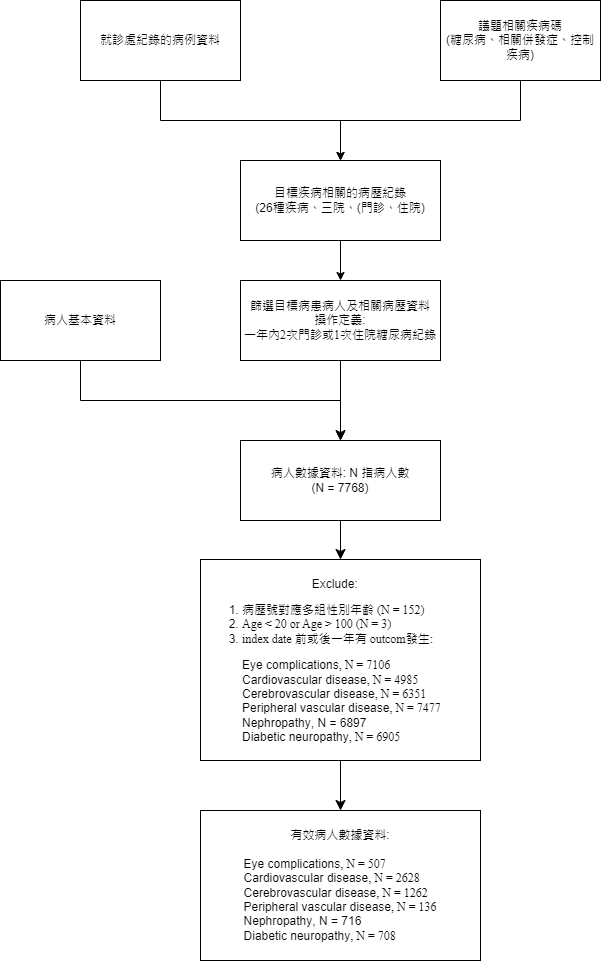
Above: 分析/get_data.drawio.png in VinceOY/Disease_analysis (draw.io), before the change. Source tidied: cells renumbered, new cells last; positions are measured from the earlier drawing's top-left corner, leaving out a move shared by most shapes.
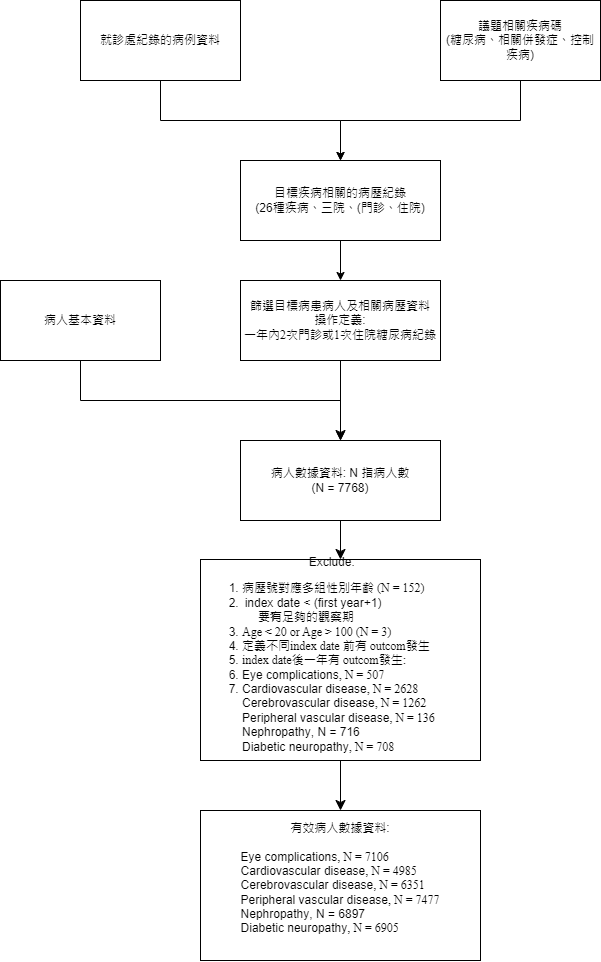
The same file after the commit.

Diff of the diagram source:
```diff
@@ -65,10 +65,10 @@
     <mxCell id="15" style="edgeStyle=none;curved=1;rounded=0;jettySize=auto;html=1;fontSize=12;startSize=8;endSize=8;" parent="1" edge="1" source="16" target="17">
       <mxGeometry relative="1" as="geometry" />
     </mxCell>
-    <mxCell id="16" value="&lt;div style=&quot;text-align: center;&quot;&gt;&lt;font face=&quot;Helvetica&quot;&gt;&lt;span style=&quot;background-color: initial;&quot;&gt;&lt;span style=&quot;white-space: pre;&quot;&gt;&#9;&lt;/span&gt;Exclude:&lt;/span&gt;&lt;br&gt;&lt;/font&gt;&lt;/div&gt;&lt;div style=&quot;&quot;&gt;&lt;ol&gt;&lt;li&gt;&lt;span style=&quot;background-color: initial; text-indent: -18pt;&quot;&gt;&lt;font face=&quot;oNGR1jl8YvlmxtVdkNMe&quot;&gt;病歷號對應多組性別年齡 (N = 152)&lt;/font&gt;&lt;/span&gt;&lt;/li&gt;&lt;li&gt;&lt;font face=&quot;oNGR1jl8YvlmxtVdkNMe&quot;&gt;Age &amp;lt; 20 or Age &amp;gt; 100 (N = 3)&lt;/font&gt;&lt;/li&gt;&lt;li&gt;&lt;font face=&quot;oNGR1jl8YvlmxtVdkNMe&quot;&gt;index date 前或後一年有 outcom發生:&lt;/font&gt;&lt;/li&gt;&lt;/ol&gt;&lt;/div&gt;&lt;blockquote style=&quot;margin: 0 0 0 40px; border: none; padding: 0px;&quot;&gt;&lt;div style=&quot;&quot;&gt;&lt;span style=&quot;text-align: center; background-color: initial;&quot;&gt;Eye complications&lt;/span&gt;&lt;span style=&quot;background-color: initial;&quot;&gt;&lt;font face=&quot;oNGR1jl8YvlmxtVdkNMe&quot;&gt;, N = 7106&lt;/font&gt;&lt;/span&gt;&lt;/div&gt;&lt;div style=&quot;&quot;&gt;&lt;span style=&quot;text-align: center; background-color: initial;&quot;&gt;Cardiovascular&amp;nbsp;disease&lt;/span&gt;&lt;span style=&quot;background-color: initial;&quot;&gt;&lt;font face=&quot;oNGR1jl8YvlmxtVdkNMe&quot;&gt;, N = 4985&lt;/font&gt;&lt;/span&gt;&lt;/div&gt;&lt;div style=&quot;&quot;&gt;&lt;span style=&quot;text-align: center; background-color: initial;&quot;&gt;Cerebrovascular&amp;nbsp;disease&lt;/span&gt;&lt;span style=&quot;background-color: initial;&quot;&gt;&lt;font face=&quot;oNGR1jl8YvlmxtVdkNMe&quot;&gt;, N = 6351&lt;/font&gt;&lt;/span&gt;&lt;/div&gt;&lt;div style=&quot;&quot;&gt;&lt;span style=&quot;text-align: center; background-color: initial;&quot;&gt;Peripheral&amp;nbsp;vascular disease&lt;/span&gt;&lt;span style=&quot;background-color: initial;&quot;&gt;&lt;font face=&quot;oNGR1jl8YvlmxtVdkNMe&quot;&gt;, N = 7477&lt;/font&gt;&lt;/span&gt;&lt;/div&gt;&lt;font style=&quot;font-size: 12px;&quot; face=&quot;Helvetica&quot;&gt;&lt;span style=&quot;&quot; lang=&quot;EN-US&quot;&gt;Nephropathy&lt;/span&gt;&lt;span style=&quot;background-color: initial;&quot;&gt;, N = 6897&lt;/span&gt;&lt;/font&gt;&lt;div style=&quot;&quot;&gt;&lt;span style=&quot;text-align: center; background-color: initial;&quot;&gt;Diabetic&amp;nbsp;neuropathy&lt;/span&gt;&lt;span style=&quot;background-color: initial;&quot;&gt;&lt;font face=&quot;oNGR1jl8YvlmxtVdkNMe&quot;&gt;, N = 6905&lt;/font&gt;&lt;/span&gt;&lt;/div&gt;&lt;/blockquote&gt;" style="rounded=0;whiteSpace=wrap;html=1;align=left;" parent="1" vertex="1">
+    <mxCell id="16" value="&lt;div style=&quot;text-align: center;&quot;&gt;&lt;font face=&quot;Helvetica&quot;&gt;&lt;span style=&quot;background-color: initial;&quot;&gt;&lt;span style=&quot;white-space: pre;&quot;&gt;&#9;&lt;/span&gt;Exclude:&lt;/span&gt;&lt;br&gt;&lt;/font&gt;&lt;/div&gt;&lt;div style=&quot;&quot;&gt;&lt;ol&gt;&lt;li&gt;&lt;span style=&quot;background-color: initial; text-indent: -18pt;&quot;&gt;&lt;font face=&quot;oNGR1jl8YvlmxtVdkNMe&quot;&gt;病歷號對應多組性別年齡 (N = 152)&lt;/font&gt;&lt;/span&gt;&lt;/li&gt;&lt;li style=&quot;text-indent: -24px;&quot;&gt;&amp;nbsp; &amp;nbsp; &amp;nbsp; &amp;nbsp; index date &amp;lt; (first year+1)&amp;nbsp;&lt;/li&gt;&lt;ol&gt;&lt;li style=&quot;text-indent: -24px;&quot;&gt;要有足夠的觀察期&amp;nbsp;&lt;/li&gt;&lt;/ol&gt;&lt;li&gt;&lt;font face=&quot;oNGR1jl8YvlmxtVdkNMe&quot;&gt;Age &amp;lt; 20 or Age &amp;gt; 100 (N = 3)&lt;/font&gt;&lt;/li&gt;&lt;li&gt;&lt;font face=&quot;oNGR1jl8YvlmxtVdkNMe&quot;&gt;定義不同index date 前&lt;/font&gt;&lt;span style=&quot;font-family: oNGR1jl8YvlmxtVdkNMe;&quot;&gt;有 outcom發生&lt;/span&gt;&lt;/li&gt;&lt;li&gt;&lt;font face=&quot;oNGR1jl8YvlmxtVdkNMe&quot;&gt;index date後一年有 outcom發生:&lt;/font&gt;&lt;/li&gt;&lt;li&gt;Eye complications&lt;span style=&quot;background-color: initial;&quot;&gt;&lt;font face=&quot;oNGR1jl8YvlmxtVdkNMe&quot;&gt;, N = 507&lt;/font&gt;&lt;/span&gt;&lt;/li&gt;&lt;li&gt;&lt;div style=&quot;&quot;&gt;&lt;div style=&quot;&quot;&gt;&lt;span style=&quot;background-color: initial;&quot;&gt;Cardiovascular&amp;nbsp;disease&lt;/span&gt;&lt;span style=&quot;background-color: initial;&quot;&gt;&lt;font face=&quot;oNGR1jl8YvlmxtVdkNMe&quot;&gt;, N = 2628&lt;/font&gt;&lt;/span&gt;&lt;/div&gt;&lt;div style=&quot;&quot;&gt;&lt;span style=&quot;background-color: initial;&quot;&gt;Cerebrovascular&amp;nbsp;disease&lt;/span&gt;&lt;span style=&quot;background-color: initial;&quot;&gt;&lt;font face=&quot;oNGR1jl8YvlmxtVdkNMe&quot;&gt;, N = 1262&lt;/font&gt;&lt;/span&gt;&lt;/div&gt;&lt;div style=&quot;text-align: left;&quot;&gt;&lt;span style=&quot;text-align: center; background-color: initial;&quot;&gt;Peripheral&amp;nbsp;vascular disease&lt;/span&gt;&lt;span style=&quot;background-color: initial;&quot;&gt;&lt;font face=&quot;oNGR1jl8YvlmxtVdkNMe&quot;&gt;, N = 136&lt;/font&gt;&lt;/span&gt;&lt;/div&gt;&lt;div style=&quot;text-align: left;&quot;&gt;&lt;span style=&quot;background-color: initial;&quot; lang=&quot;EN-US&quot;&gt;Nephropathy&lt;/span&gt;&lt;span style=&quot;background-color: initial;&quot;&gt;, N = 716&lt;/span&gt;&lt;/div&gt;&lt;div style=&quot;text-align: left;&quot;&gt;&lt;span style=&quot;text-align: center; background-color: initial;&quot;&gt;Diabetic&amp;nbsp;neuropathy&lt;/span&gt;&lt;span style=&quot;background-color: initial;&quot;&gt;&lt;font face=&quot;oNGR1jl8YvlmxtVdkNMe&quot;&gt;, N = 708&lt;/font&gt;&lt;/span&gt;&lt;/div&gt;&lt;/div&gt;&lt;/li&gt;&lt;/ol&gt;&lt;/div&gt;" style="rounded=0;whiteSpace=wrap;html=1;align=left;" parent="1" vertex="1">
       <mxGeometry x="200" y="559" width="280" height="201" as="geometry" />
     </mxCell>
-    <mxCell id="17" value="有效病人數據資料:&lt;div&gt;&lt;div&gt;&lt;span style=&quot;background-color: initial; text-align: left;&quot;&gt;&lt;br&gt;&lt;/span&gt;&lt;/div&gt;&lt;div&gt;&lt;div style=&quot;text-align: left;&quot;&gt;&lt;span style=&quot;background-color: initial;&quot;&gt;Eye complications&lt;/span&gt;&lt;span style=&quot;background-color: initial; text-align: left;&quot;&gt;&lt;font face=&quot;oNGR1jl8YvlmxtVdkNMe&quot;&gt;, N = 507&lt;/font&gt;&lt;/span&gt;&lt;/div&gt;&lt;div&gt;&lt;div style=&quot;text-align: left;&quot;&gt;&lt;span style=&quot;text-align: center; background-color: initial;&quot;&gt;Cardiovascular&amp;nbsp;disease&lt;/span&gt;&lt;span style=&quot;background-color: initial;&quot;&gt;&lt;font face=&quot;oNGR1jl8YvlmxtVdkNMe&quot;&gt;, N = 2628&lt;/font&gt;&lt;/span&gt;&lt;/div&gt;&lt;div style=&quot;text-align: left;&quot;&gt;&lt;span style=&quot;text-align: center; background-color: initial;&quot;&gt;Cerebrovascular&amp;nbsp;disease&lt;/span&gt;&lt;span style=&quot;background-color: initial;&quot;&gt;&lt;font face=&quot;oNGR1jl8YvlmxtVdkNMe&quot;&gt;, N = 1262&lt;/font&gt;&lt;/span&gt;&lt;/div&gt;&lt;div style=&quot;text-align: left;&quot;&gt;&lt;span style=&quot;text-align: center; background-color: initial;&quot;&gt;Peripheral&amp;nbsp;vascular disease&lt;/span&gt;&lt;span style=&quot;background-color: initial;&quot;&gt;&lt;font face=&quot;oNGR1jl8YvlmxtVdkNMe&quot;&gt;, N = 136&lt;/font&gt;&lt;/span&gt;&lt;/div&gt;&lt;div style=&quot;text-align: left;&quot;&gt;&lt;span style=&quot;background-color: initial;&quot; lang=&quot;EN-US&quot;&gt;Nephropathy&lt;/span&gt;&lt;span style=&quot;background-color: initial;&quot;&gt;, N = 716&lt;/span&gt;&lt;/div&gt;&lt;div style=&quot;text-align: left;&quot;&gt;&lt;span style=&quot;text-align: center; background-color: initial;&quot;&gt;Diabetic&amp;nbsp;neuropathy&lt;/span&gt;&lt;span style=&quot;background-color: initial;&quot;&gt;&lt;font face=&quot;oNGR1jl8YvlmxtVdkNMe&quot;&gt;, N = 708&lt;/font&gt;&lt;/span&gt;&lt;/div&gt;&lt;/div&gt;&lt;/div&gt;&lt;/div&gt;" style="rounded=0;whiteSpace=wrap;html=1;" parent="1" vertex="1">
+    <mxCell id="17" value="有效病人數據資料:&lt;div&gt;&lt;div&gt;&lt;span style=&quot;background-color: initial; text-align: left;&quot;&gt;&lt;br&gt;&lt;/span&gt;&lt;/div&gt;&lt;div&gt;&lt;div style=&quot;text-align: left;&quot;&gt;&lt;span style=&quot;text-align: center; background-color: initial;&quot;&gt;Eye complications&lt;/span&gt;&lt;span style=&quot;background-color: initial;&quot;&gt;&lt;font face=&quot;oNGR1jl8YvlmxtVdkNMe&quot;&gt;, N = 7106&lt;/font&gt;&lt;/span&gt;&lt;/div&gt;&lt;div style=&quot;text-align: left;&quot;&gt;&lt;span style=&quot;text-align: center; background-color: initial;&quot;&gt;Cardiovascular&amp;nbsp;disease&lt;/span&gt;&lt;span style=&quot;background-color: initial;&quot;&gt;&lt;font face=&quot;oNGR1jl8YvlmxtVdkNMe&quot;&gt;, N = 4985&lt;/font&gt;&lt;/span&gt;&lt;/div&gt;&lt;div style=&quot;text-align: left;&quot;&gt;&lt;span style=&quot;text-align: center; background-color: initial;&quot;&gt;Cerebrovascular&amp;nbsp;disease&lt;/span&gt;&lt;span style=&quot;background-color: initial;&quot;&gt;&lt;font face=&quot;oNGR1jl8YvlmxtVdkNMe&quot;&gt;, N = 6351&lt;/font&gt;&lt;/span&gt;&lt;/div&gt;&lt;div style=&quot;text-align: left;&quot;&gt;&lt;span style=&quot;text-align: center; background-color: initial;&quot;&gt;Peripheral&amp;nbsp;vascular disease&lt;/span&gt;&lt;span style=&quot;background-color: initial;&quot;&gt;&lt;font face=&quot;oNGR1jl8YvlmxtVdkNMe&quot;&gt;, N = 7477&lt;/font&gt;&lt;/span&gt;&lt;/div&gt;&lt;div style=&quot;text-align: left;&quot;&gt;&lt;span style=&quot;background-color: initial;&quot; lang=&quot;EN-US&quot;&gt;Nephropathy&lt;/span&gt;&lt;span style=&quot;background-color: initial;&quot;&gt;, N = 6897&lt;/span&gt;&lt;/div&gt;&lt;div style=&quot;text-align: left;&quot;&gt;&lt;span style=&quot;text-align: center; background-color: initial;&quot;&gt;Diabetic&amp;nbsp;neuropathy&lt;/span&gt;&lt;span style=&quot;background-color: initial;&quot;&gt;&lt;font face=&quot;oNGR1jl8YvlmxtVdkNMe&quot;&gt;, N = 6905&lt;/font&gt;&lt;/span&gt;&lt;/div&gt;&lt;/div&gt;&lt;div&gt;&lt;div style=&quot;text-align: left;&quot;&gt;&lt;br&gt;&lt;/div&gt;&lt;/div&gt;&lt;/div&gt;" style="rounded=0;whiteSpace=wrap;html=1;" parent="1" vertex="1">
       <mxGeometry x="200" y="810" width="280" height="150" as="geometry" />
     </mxCell>
   </root>
```
